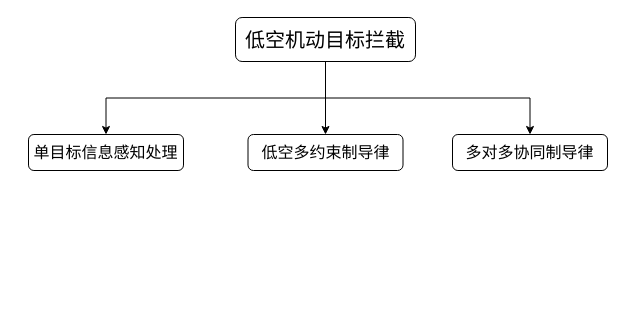
Above: 低空拦截.drawio in master-fency/plot (draw.io), before the change. Source tidied: cells renumbered, new cells numbered last; positions are measured from the earlier drawing's top-left corner, leaving out a move shared by most shapes. Both pictures are drawn from the tidied source at 100%, with x=0, y=0 at pixel (28, 17).
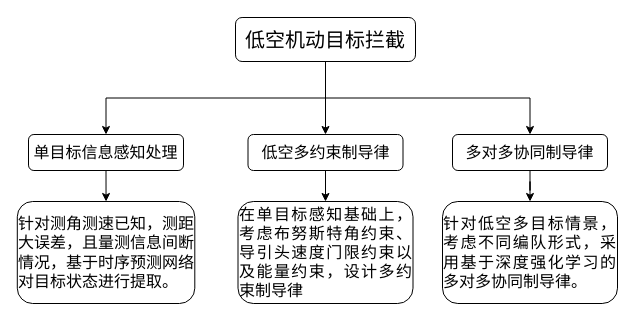
Above is the later version.

Commit message (it also covers changes not shown here):
更新低空拦截.drawio

Diff of the diagram source:
```diff
@@
 <mxGraphModel>
   <root>
     <mxCell id="0" />
     <mxCell id="1" parent="0" />
     <mxCell id="2" style="edgeStyle=orthogonalEdgeStyle;rounded=0;jettySize=auto;html=1;exitX=0.5;exitY=1;exitDx=0;exitDy=0;entryX=0.5;entryY=0;entryDx=0;entryDy=0;fontFamily=Helvetica;fontSize=12;fontColor=default;" parent="1" edge="1" source="5" target="7">
       <mxGeometry relative="1" as="geometry" />
     </mxCell>
     <mxCell id="3" style="edgeStyle=orthogonalEdgeStyle;rounded=0;jettySize=auto;html=1;exitX=0.5;exitY=1;exitDx=0;exitDy=0;entryX=0.5;entryY=0;entryDx=0;entryDy=0;fontFamily=Helvetica;fontSize=12;fontColor=default;" parent="1" edge="1" source="5" target="8">
       <mxGeometry relative="1" as="geometry" />
     </mxCell>
     <mxCell id="4" style="edgeStyle=orthogonalEdgeStyle;rounded=0;jettySize=auto;html=1;exitX=0.5;exitY=1;exitDx=0;exitDy=0;entryX=0.5;entryY=0;entryDx=0;entryDy=0;fontFamily=Helvetica;fontSize=12;fontColor=default;" parent="1" edge="1" source="5" target="6">
       <mxGeometry x="0.14" relative="1" as="geometry" />
     </mxCell>
     <mxCell id="5" value="&lt;font style=&quot;font-size: 20px;&quot; face=&quot;Times New Roman&quot;&gt;低空机动目标拦截&lt;/font&gt;" style="rounded=1;whiteSpace=wrap;html=1;roundedPerimeter=1;fontFamily=Times New Roman;" parent="1" vertex="1">
       <mxGeometry x="207" width="180" height="44" as="geometry" />
     </mxCell>
+    <mxCell id="9" style="edgeStyle=orthogonalEdgeStyle;rounded=0;jettySize=auto;html=1;exitX=0.5;exitY=1;exitDx=0;exitDy=0;entryX=0.5;entryY=0;entryDx=0;entryDy=0;fontFamily=Helvetica;fontSize=12;fontColor=default;" parent="1" edge="1" source="6" target="12">
+      <mxGeometry relative="1" as="geometry" />
+    </mxCell>
     <mxCell id="6" value="&lt;font style=&quot;font-size: 16px;&quot; face=&quot;Times New Roman&quot;&gt;单目标信息感知处理&lt;/font&gt;" style="rounded=1;whiteSpace=wrap;html=1;roundedPerimeter=1;fontFamily=Times New Roman;" parent="1" vertex="1">
       <mxGeometry y="117" width="155" height="36" as="geometry" />
     </mxCell>
+    <mxCell id="10" style="edgeStyle=orthogonalEdgeStyle;rounded=0;jettySize=auto;html=1;fontFamily=Helvetica;fontSize=12;fontColor=default;" parent="1" edge="1" source="7" target="13">
+      <mxGeometry relative="1" as="geometry" />
+    </mxCell>
     <mxCell id="7" value="&lt;font style=&quot;font-size: 16px;&quot; face=&quot;Times New Roman&quot;&gt;低空多约束制导律&lt;/font&gt;" style="rounded=1;whiteSpace=wrap;html=1;roundedPerimeter=1;fontFamily=Times New Roman;" parent="1" vertex="1">
       <mxGeometry x="219.5" y="117" width="155" height="36" as="geometry" />
     </mxCell>
+    <mxCell id="11" style="edgeStyle=orthogonalEdgeStyle;rounded=0;jettySize=auto;html=1;fontFamily=Helvetica;fontSize=12;fontColor=default;" parent="1" edge="1" source="8" target="14">
+      <mxGeometry relative="1" as="geometry" />
+    </mxCell>
     <mxCell id="8" value="&lt;font style=&quot;font-size: 16px;&quot; face=&quot;Times New Roman&quot;&gt;多对多协同制导律&lt;/font&gt;" style="rounded=1;whiteSpace=wrap;html=1;roundedPerimeter=1;fontFamily=Times New Roman;" parent="1" vertex="1">
       <mxGeometry x="424" y="117" width="155" height="36" as="geometry" />
     </mxCell>
+    <mxCell id="12" value="&lt;div style=&quot;text-align: justify;&quot;&gt;&lt;span style=&quot;font-size: 16px; background-color: transparent; color: light-dark(rgb(0, 0, 0), rgb(255, 255, 255));&quot;&gt;针对测角测速已知，测距大误差，且量测信息间断情况，基于时序预测网络对目标状态进行提取。&lt;/span&gt;&lt;/div&gt;" style="rounded=1;whiteSpace=wrap;html=1;roundedPerimeter=1;fontFamily=Times New Roman;" parent="1" vertex="1">
+      <mxGeometry x="-11.2" y="184" width="177.5" height="102" as="geometry" />
+    </mxCell>
+    <mxCell id="13" value="&lt;div style=&quot;text-align: justify;&quot;&gt;&lt;span style=&quot;font-size: 16px; background-color: transparent; color: light-dark(rgb(0, 0, 0), rgb(255, 255, 255));&quot;&gt;在单目标感知基础上，考虑布努斯特角约束、导引头速度门限约束以及能量约束，设计多约束制导律&lt;/span&gt;&lt;/div&gt;" style="rounded=1;whiteSpace=wrap;html=1;roundedPerimeter=1;fontFamily=Times New Roman;" parent="1" vertex="1">
+      <mxGeometry x="209.5" y="184" width="175" height="102" as="geometry" />
+    </mxCell>
+    <mxCell id="14" value="&lt;div style=&quot;text-align: justify;&quot;&gt;&lt;span style=&quot;font-size: 16px; background-color: transparent; color: light-dark(rgb(0, 0, 0), rgb(255, 255, 255));&quot;&gt;针对低空多目标情景，考虑不同编队形式，采用基于深度强化学习的多对多协同制导律。&lt;/span&gt;&lt;/div&gt;" style="rounded=1;whiteSpace=wrap;html=1;roundedPerimeter=1;fontFamily=Times New Roman;" parent="1" vertex="1">
+      <mxGeometry x="414" y="184" width="175" height="102" as="geometry" />
+    </mxCell>
   </root>
 </mxGraphModel>
```
